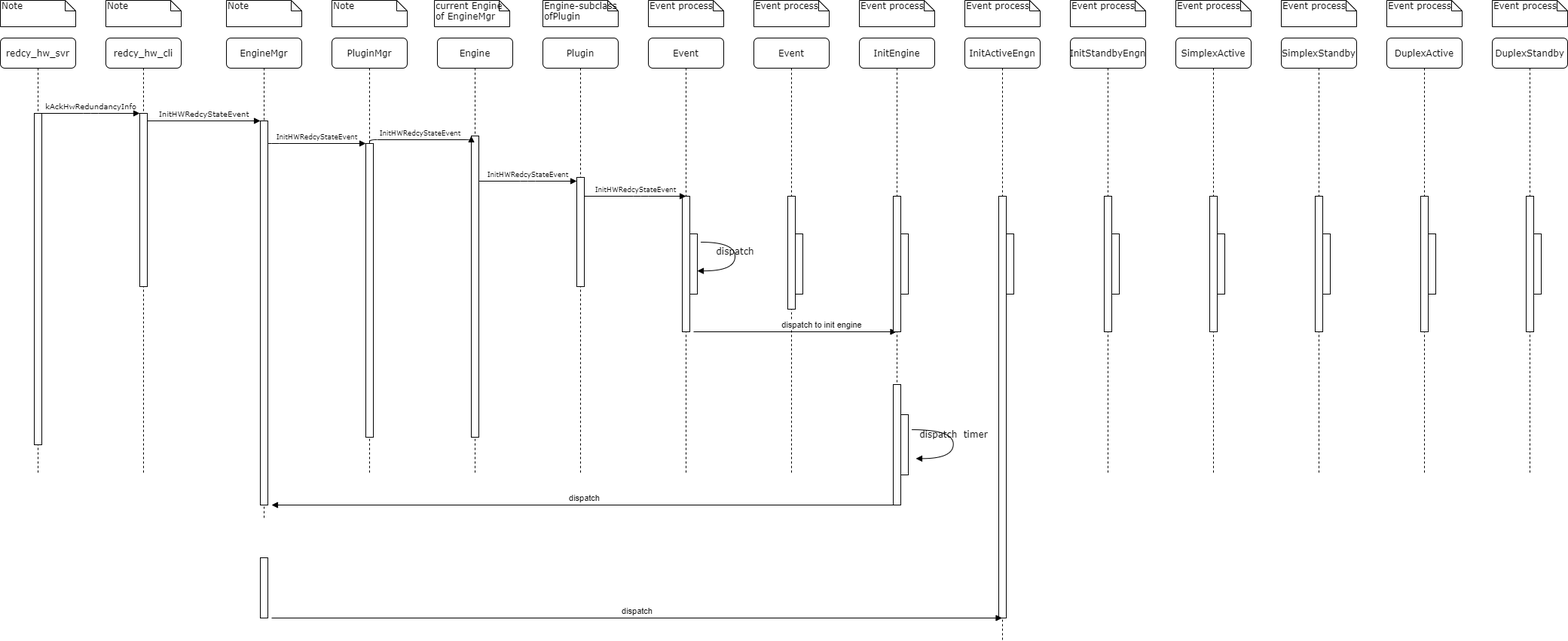
The draw.io diagram UML/StartActiveRedundancy.png in Steve888888/FN-Redundancy, before a commit. Source tidied: cells renumbered, new cells last; positions are measured from the earlier drawing's top-left corner, leaving out a move shared by most shapes.
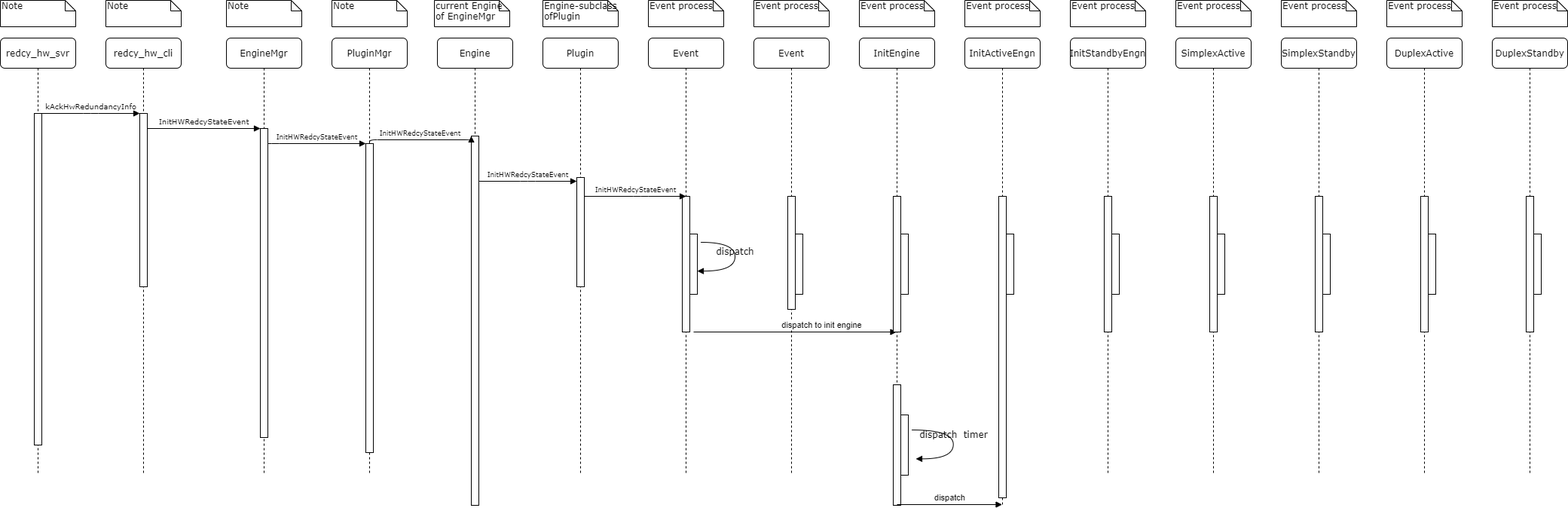
The same diagram one commit later.

Diff of the diagram source:
```diff
@@ -9,10 +9,10 @@
       <mxGeometry x="45" y="100" width="10" height="230" as="geometry" />
     </mxCell>
     <mxCell id="4" value="&lt;span&gt;EngineMgr&lt;/span&gt;" style="shape=umlLifeline;perimeter=lifelinePerimeter;whiteSpace=wrap;html=1;rounded=1;shadow=0;comic=0;labelBackgroundColor=none;strokeWidth=1;fontFamily=Verdana;fontSize=12;align=center;" parent="1" vertex="1">
-      <mxGeometry x="300" y="50" width="100" height="640" as="geometry" />
+      <mxGeometry x="300" y="50" width="100" height="580" as="geometry" />
     </mxCell>
     <mxCell id="5" style="html=1;points=[];perimeter=orthogonalPerimeter;rounded=0;shadow=0;comic=0;labelBackgroundColor=none;strokeWidth=1;fontFamily=Verdana;fontSize=12;align=center;" parent="4" vertex="1">
-      <mxGeometry x="45" y="110" width="10" height="510" as="geometry" />
+      <mxGeometry x="45" y="120" width="10" height="410" as="geometry" />
     </mxCell>
     <mxCell id="6" value="PluginMgr" style="shape=umlLifeline;perimeter=lifelinePerimeter;whiteSpace=wrap;html=1;rounded=1;shadow=0;comic=0;labelBackgroundColor=none;strokeWidth=1;fontFamily=Verdana;fontSize=12;align=center;" parent="1" vertex="1">
       <mxGeometry x="440" y="50" width="100" height="580" as="geometry" />
@@ -42,7 +42,7 @@
       <mxGeometry x="45" y="100" width="10" height="440" as="geometry" />
     </mxCell>
     <mxCell id="15" style="html=1;points=[];perimeter=orthogonalPerimeter;rounded=0;shadow=0;comic=0;labelBackgroundColor=none;strokeWidth=1;fontFamily=Verdana;fontSize=12;align=center;" parent="1" vertex="1">
-      <mxGeometry x="485" y="190" width="10" height="390" as="geometry" />
+      <mxGeometry x="485" y="190" width="10" height="410" as="geometry" />
     </mxCell>
     <mxCell id="16" value="&lt;font style=&quot;font-size: 9px&quot;&gt;InitHWRedcyStateEvent&lt;/font&gt;" style="html=1;verticalAlign=bottom;endArrow=block;labelBackgroundColor=none;fontFamily=Verdana;fontSize=12;edgeStyle=elbowEdgeStyle;elbow=vertical;" parent="1" edge="1" source="5" target="15">
       <mxGeometry relative="1" as="geometry">
@@ -52,7 +52,7 @@
       </mxGeometry>
     </mxCell>
     <mxCell id="17" style="html=1;points=[];perimeter=orthogonalPerimeter;rounded=0;shadow=0;comic=0;labelBackgroundColor=none;strokeWidth=1;fontFamily=Verdana;fontSize=12;align=center;" parent="1" vertex="1">
-      <mxGeometry x="625" y="180" width="10" height="400" as="geometry" />
+      <mxGeometry x="625" y="180" width="10" height="490" as="geometry" />
     </mxCell>
     <mxCell id="18" value="&lt;span style=&quot;font-size: 9px&quot;&gt;InitHWRedcyStateEvent&lt;/span&gt;" style="html=1;verticalAlign=bottom;endArrow=block;entryX=0;entryY=0;labelBackgroundColor=none;fontFamily=Verdana;fontSize=12;edgeStyle=elbowEdgeStyle;elbow=vertical;" parent="1" edge="1" source="15" target="17">
       <mxGeometry relative="1" as="geometry" />
@@ -158,10 +158,10 @@
       <mxGeometry x="1280" width="100" height="35" as="geometry" />
     </mxCell>
     <mxCell id="44" value="InitActiveEngn" style="shape=umlLifeline;perimeter=lifelinePerimeter;whiteSpace=wrap;html=1;outlineConnect=0;rounded=1;shadow=0;comic=0;labelBackgroundColor=none;strokeWidth=1;fontFamily=Verdana;fontSize=12;align=center;" parent="1" vertex="1">
-      <mxGeometry x="1280" y="50" width="100" height="800" as="geometry" />
+      <mxGeometry x="1280" y="50" width="100" height="620" as="geometry" />
     </mxCell>
     <mxCell id="45" style="html=1;perimeter=orthogonalPerimeter;rounded=0;shadow=0;comic=0;labelBackgroundColor=none;strokeColor=#000000;strokeWidth=1;fillColor=#FFFFFF;fontFamily=Verdana;fontSize=12;fontColor=#000000;align=center;" parent="44" vertex="1">
-      <mxGeometry x="45" y="210" width="10" height="560" as="geometry" />
+      <mxGeometry x="45" y="210" width="10" height="400" as="geometry" />
     </mxCell>
     <mxCell id="46" style="html=1;perimeter=orthogonalPerimeter;" parent="44" vertex="1">
       <mxGeometry x="55" y="260" width="10" height="80" as="geometry" />
@@ -226,18 +226,10 @@
     <mxCell id="66" style="html=1;perimeter=orthogonalPerimeter;" parent="64" vertex="1">
       <mxGeometry x="55" y="260" width="10" height="80" as="geometry" />
     </mxCell>
-    <mxCell id="67" value="dispatch" style="html=1;verticalAlign=bottom;endArrow=block;" parent="1" edge="1" source="38">
+    <mxCell id="67" value="dispatch" style="html=1;verticalAlign=bottom;endArrow=block;" parent="1" edge="1" target="44">
       <mxGeometry relative="1" as="geometry">
-        <mxPoint x="360" y="670" as="targetPoint" />
+        <mxPoint x="1190" y="669" as="sourcePoint" />
       </mxGeometry>
     </mxCell>
-    <mxCell id="68" style="html=1;perimeter=orthogonalPerimeter;" parent="1" vertex="1">
-      <mxGeometry x="345" y="740" width="10" height="80" as="geometry" />
-    </mxCell>
-    <mxCell id="69" value="dispatch" style="html=1;verticalAlign=bottom;endArrow=block;" parent="1" edge="1" target="44">
-      <mxGeometry relative="1" as="geometry">
-        <mxPoint x="360" y="820" as="sourcePoint" />
-      </mxGeometry>
-    </mxCell>
   </root>
 </mxGraphModel>
```
